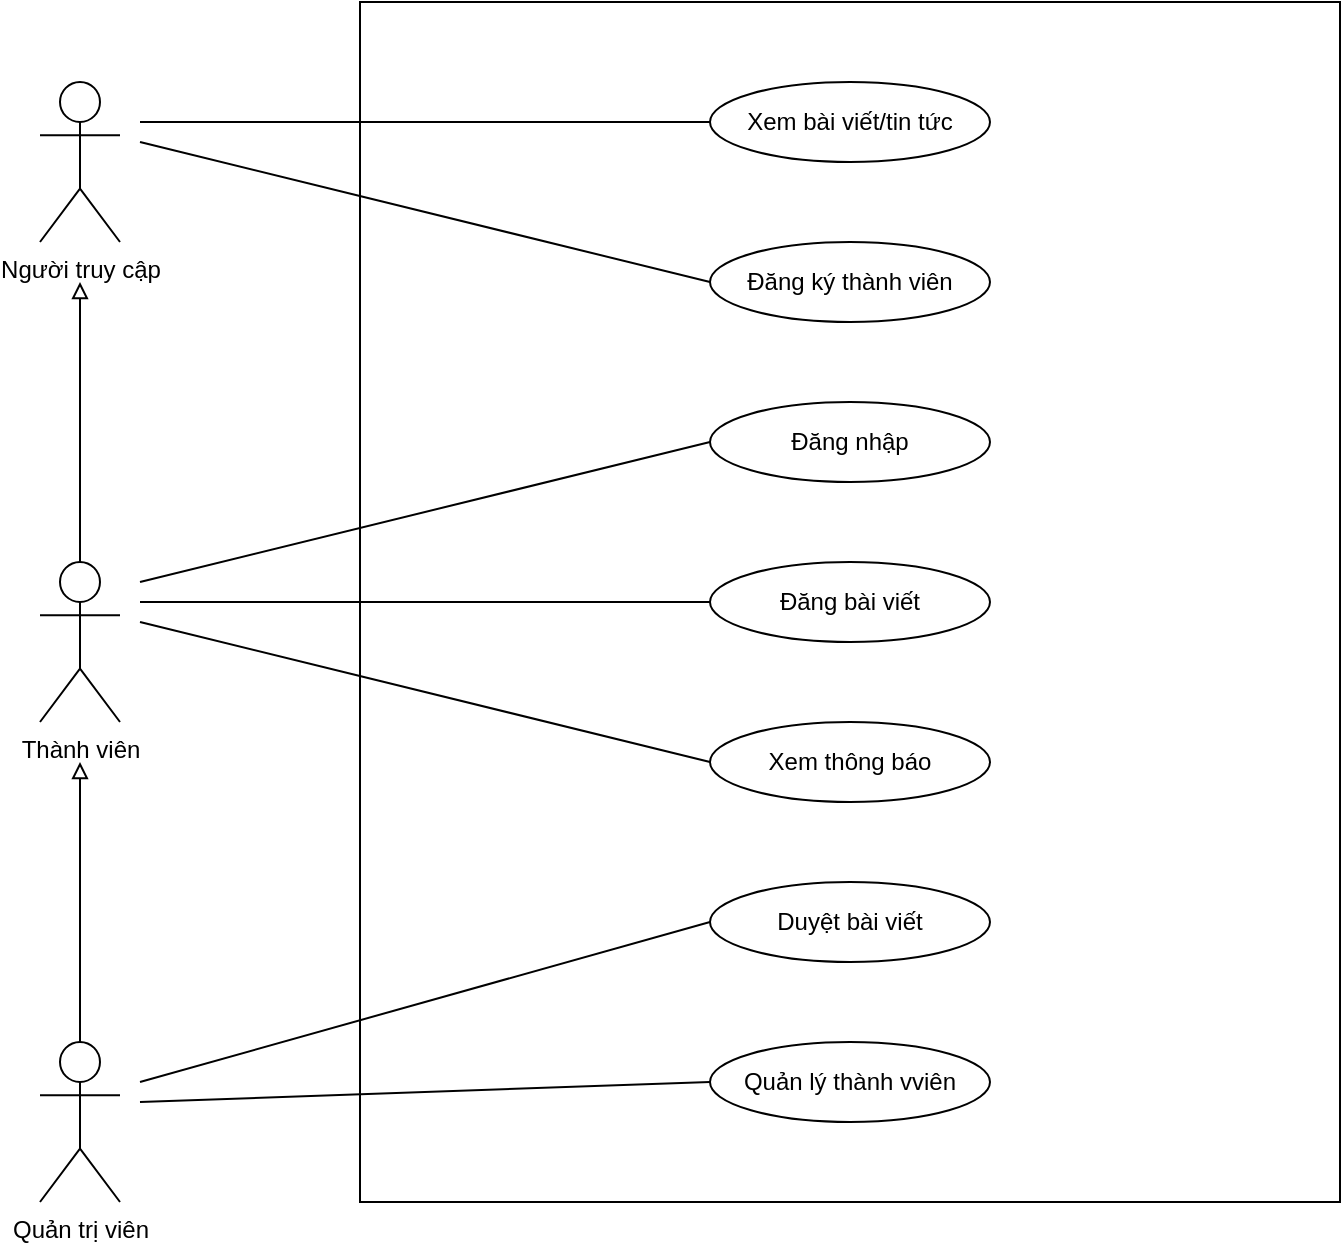
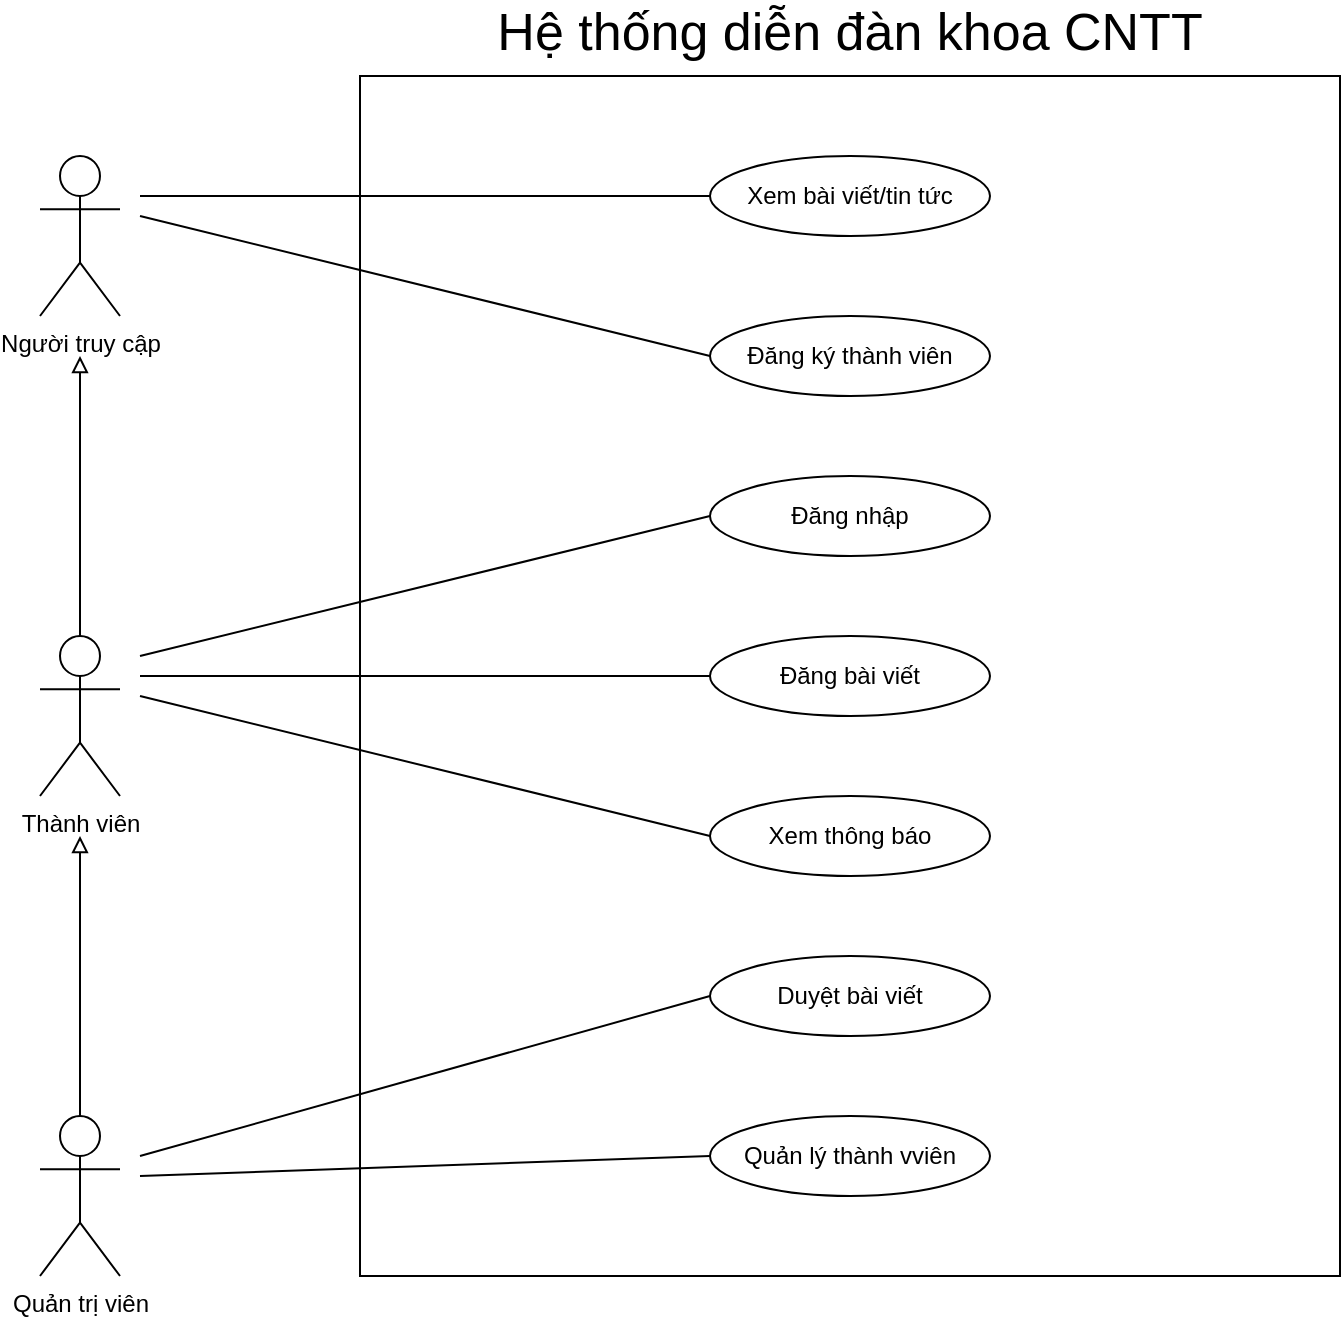
<mxfile host="app.diagrams.net" pages="3">
  <diagram name="UseCaseLevel1" id="R5SArAZ-sp13xk5E453y">
-     <mxGraphModel dx="1084" dy="627" grid="1" gridSize="10" guides="1" tooltips="1" connect="1" arrows="1" fold="1" page="1" pageScale="1" pageWidth="1169" pageHeight="1654" math="0" shadow="0">
+     <mxGraphModel dx="1373" dy="795" grid="1" gridSize="10" guides="1" tooltips="1" connect="1" arrows="1" fold="1" page="1" pageScale="1" pageWidth="1169" pageHeight="1654" math="0" shadow="0">
      <root>
        <mxCell id="0" />
        <mxCell id="1" parent="0" />
        <mxCell id="h2pIs2B6fA9uW1FB1x-K-3" parent="1" style="rounded=0;whiteSpace=wrap;html=1;" value="" vertex="1">
          <mxGeometry height="600" width="490" x="280" y="40" as="geometry" />
        </mxCell>
        <mxCell id="h2pIs2B6fA9uW1FB1x-K-4" parent="1" style="shape=umlActor;verticalLabelPosition=bottom;verticalAlign=top;html=1;" value="Người truy cập" vertex="1">
          <mxGeometry height="80" width="40" x="120" y="80" as="geometry" />
        </mxCell>
        <mxCell id="h2pIs2B6fA9uW1FB1x-K-9" edge="1" parent="1" source="h2pIs2B6fA9uW1FB1x-K-5" style="endArrow=block;endFill=0;">
          <mxGeometry relative="1" as="geometry">
            <mxPoint x="140" y="180" as="targetPoint" />
          </mxGeometry>
        </mxCell>
        <mxCell id="h2pIs2B6fA9uW1FB1x-K-5" parent="1" style="shape=umlActor;verticalLabelPosition=bottom;verticalAlign=top;html=1;" value="Thành viên" vertex="1">
          <mxGeometry height="80" width="40" x="120" y="320" as="geometry" />
        </mxCell>
        <mxCell id="h2pIs2B6fA9uW1FB1x-K-8" edge="1" parent="1" source="h2pIs2B6fA9uW1FB1x-K-6" style="endArrow=block;endFill=0;">
          <mxGeometry relative="1" as="geometry">
            <mxPoint x="140" y="550" as="sourcePoint" />
            <mxPoint x="140" y="420" as="targetPoint" />
          </mxGeometry>
        </mxCell>
        <mxCell id="h2pIs2B6fA9uW1FB1x-K-6" parent="1" style="shape=umlActor;verticalLabelPosition=bottom;verticalAlign=top;html=1;" value="Quản trị viên" vertex="1">
          <mxGeometry height="80" width="40" x="120" y="560" as="geometry" />
        </mxCell>
        <mxCell id="h2pIs2B6fA9uW1FB1x-K-10" parent="1" style="ellipse;whiteSpace=wrap;html=1;" value="Xem bài viết/tin tức" vertex="1">
          <mxGeometry height="40" width="140" x="455" y="80" as="geometry" />
        </mxCell>
        <mxCell id="h2pIs2B6fA9uW1FB1x-K-11" parent="1" style="ellipse;whiteSpace=wrap;html=1;" value="Đăng ký thành viên" vertex="1">
          <mxGeometry height="40" width="140" x="455" y="160" as="geometry" />
        </mxCell>
        <mxCell id="h2pIs2B6fA9uW1FB1x-K-12" parent="1" style="ellipse;whiteSpace=wrap;html=1;" value="Quản lý thành vviên" vertex="1">
          <mxGeometry height="40" width="140" x="455" y="560" as="geometry" />
        </mxCell>
        <mxCell id="h2pIs2B6fA9uW1FB1x-K-13" parent="1" style="ellipse;whiteSpace=wrap;html=1;" value="Duyệt bài viết" vertex="1">
          <mxGeometry height="40" width="140" x="455" y="480" as="geometry" />
        </mxCell>
        <mxCell id="h2pIs2B6fA9uW1FB1x-K-14" parent="1" style="ellipse;whiteSpace=wrap;html=1;" value="Xem thông báo" vertex="1">
          <mxGeometry height="40" width="140" x="455" y="400" as="geometry" />
        </mxCell>
        <mxCell id="h2pIs2B6fA9uW1FB1x-K-15" parent="1" style="ellipse;whiteSpace=wrap;html=1;" value="Đăng bài viết" vertex="1">
          <mxGeometry height="40" width="140" x="455" y="320" as="geometry" />
        </mxCell>
        <mxCell id="h2pIs2B6fA9uW1FB1x-K-16" parent="1" style="ellipse;whiteSpace=wrap;html=1;" value="Đăng nhập" vertex="1">
          <mxGeometry height="40" width="140" x="455" y="240" as="geometry" />
        </mxCell>
        <mxCell id="h2pIs2B6fA9uW1FB1x-K-17" edge="1" parent="1" style="endArrow=none;html=1;rounded=0;entryX=0;entryY=0.5;entryDx=0;entryDy=0;" target="h2pIs2B6fA9uW1FB1x-K-10" value="">
          <mxGeometry height="50" relative="1" width="50" as="geometry">
            <mxPoint x="170" y="100" as="sourcePoint" />
            <mxPoint x="220" y="50" as="targetPoint" />
          </mxGeometry>
        </mxCell>
        <mxCell id="h2pIs2B6fA9uW1FB1x-K-18" edge="1" parent="1" style="endArrow=none;html=1;rounded=0;entryX=0;entryY=0.5;entryDx=0;entryDy=0;" target="h2pIs2B6fA9uW1FB1x-K-11" value="">
          <mxGeometry height="50" relative="1" width="50" as="geometry">
            <mxPoint x="170" y="110" as="sourcePoint" />
            <mxPoint x="320" y="140" as="targetPoint" />
          </mxGeometry>
        </mxCell>
        <mxCell id="h2pIs2B6fA9uW1FB1x-K-19" edge="1" parent="1" style="endArrow=none;html=1;rounded=0;entryX=0;entryY=0.5;entryDx=0;entryDy=0;" target="h2pIs2B6fA9uW1FB1x-K-16" value="">
          <mxGeometry height="50" relative="1" width="50" as="geometry">
            <mxPoint x="170" y="330" as="sourcePoint" />
            <mxPoint x="220" y="280" as="targetPoint" />
          </mxGeometry>
        </mxCell>
        <mxCell id="h2pIs2B6fA9uW1FB1x-K-20" edge="1" parent="1" style="endArrow=none;html=1;rounded=0;entryX=0;entryY=0.5;entryDx=0;entryDy=0;" target="h2pIs2B6fA9uW1FB1x-K-15" value="">
          <mxGeometry height="50" relative="1" width="50" as="geometry">
            <mxPoint x="170" y="340" as="sourcePoint" />
            <mxPoint x="340" y="430" as="targetPoint" />
          </mxGeometry>
        </mxCell>
        <mxCell id="h2pIs2B6fA9uW1FB1x-K-21" edge="1" parent="1" style="endArrow=none;html=1;rounded=0;entryX=0;entryY=0.5;entryDx=0;entryDy=0;" target="h2pIs2B6fA9uW1FB1x-K-14" value="">
          <mxGeometry height="50" relative="1" width="50" as="geometry">
            <mxPoint x="170" y="350" as="sourcePoint" />
            <mxPoint x="340" y="430" as="targetPoint" />
          </mxGeometry>
        </mxCell>
        <mxCell id="h2pIs2B6fA9uW1FB1x-K-22" edge="1" parent="1" style="endArrow=none;html=1;rounded=0;entryX=0;entryY=0.5;entryDx=0;entryDy=0;" target="h2pIs2B6fA9uW1FB1x-K-13" value="">
          <mxGeometry height="50" relative="1" width="50" as="geometry">
            <mxPoint x="170" y="580" as="sourcePoint" />
            <mxPoint x="410" y="480" as="targetPoint" />
          </mxGeometry>
        </mxCell>
        <mxCell id="h2pIs2B6fA9uW1FB1x-K-23" edge="1" parent="1" style="endArrow=none;html=1;rounded=0;entryX=0;entryY=0.5;entryDx=0;entryDy=0;" target="h2pIs2B6fA9uW1FB1x-K-12" value="">
          <mxGeometry height="50" relative="1" width="50" as="geometry">
            <mxPoint x="170" y="590" as="sourcePoint" />
            <mxPoint x="390" y="450" as="targetPoint" />
          </mxGeometry>
        </mxCell>
+         <mxCell id="t7NCoOIi4NVwIi3Tr0Q6-1" parent="1" style="text;html=1;whiteSpace=wrap;strokeColor=none;fillColor=none;align=center;verticalAlign=middle;rounded=0;fontSize=26;" value="Hệ thống diễn đàn khoa CNTT" vertex="1">
+           <mxGeometry height="30" width="370" x="340" y="3" as="geometry" />
+         </mxCell>
      </root>
    </mxGraphModel>
  </diagram>
-   <diagram id="z6pwPU0jgT7hWzZQxbqI" name="UseCaseLevel2">
-     <mxGraphModel dx="2289" dy="1324" grid="1" gridSize="10" guides="1" tooltips="1" connect="1" arrows="1" fold="1" page="1" pageScale="1" pageWidth="827" pageHeight="1169" math="0" shadow="0">
+   <diagram id="z6pwPU0jgT7hWzZQxbqI" name="UseCaseLevel2-Quản Trị Viên">
+     <mxGraphModel dx="1084" dy="627" grid="1" gridSize="10" guides="1" tooltips="1" connect="1" arrows="1" fold="1" page="1" pageScale="1" pageWidth="827" pageHeight="1169" math="0" shadow="0">
      <root>
        <mxCell id="0" />
        <mxCell id="1" parent="0" />
        <mxCell id="YlyWRdP8ZzmcJ6fRbF-e-1" parent="1" style="rounded=0;whiteSpace=wrap;html=1;fillColor=none;fontSize=13;align=center;" value="&lt;div&gt;&lt;br&gt;&lt;/div&gt;" vertex="1">
-           <mxGeometry height="1560" width="920" x="390" y="200" as="geometry" />
+           <mxGeometry height="1560" width="920" x="389" y="200" as="geometry" />
        </mxCell>
        <mxCell id="YlyWRdP8ZzmcJ6fRbF-e-2" parent="1" style="shape=umlActor;verticalLabelPosition=bottom;verticalAlign=top;html=1;" value="Thành viên" vertex="1">
-           <mxGeometry height="60" width="30" x="280" y="420" as="geometry" />
+           <mxGeometry height="60" width="30" x="279" y="420" as="geometry" />
        </mxCell>
        <mxCell id="YlyWRdP8ZzmcJ6fRbF-e-3" parent="1" style="shape=umlActor;verticalLabelPosition=bottom;verticalAlign=top;html=1;" value="Quản trị viên&lt;div&gt;&lt;br&gt;&lt;/div&gt;" vertex="1">
-           <mxGeometry height="60" width="30" x="280" y="840" as="geometry" />
+           <mxGeometry height="60" width="30" x="279" y="840" as="geometry" />
        </mxCell>
        <mxCell id="YlyWRdP8ZzmcJ6fRbF-e-4" parent="1" style="shape=ellipse;html=1;dashed=0;whiteSpace=wrap;perimeter=ellipsePerimeter;rounded=0;strokeColor=default;align=center;verticalAlign=middle;fontFamily=Helvetica;fontSize=12;fontColor=default;fillColor=none;" value="&lt;div style=&quot;line-height: 150%;&quot;&gt;&lt;font style=&quot;font-size: 19px;&quot;&gt;Đăng nhập&lt;/font&gt;&lt;/div&gt;" vertex="1">
-           <mxGeometry height="90" width="140" x="800" y="630" as="geometry" />
+           <mxGeometry height="90" width="140" x="799" y="630" as="geometry" />
        </mxCell>
        <mxCell id="YlyWRdP8ZzmcJ6fRbF-e-5" parent="1" style="shape=ellipse;html=1;dashed=0;whiteSpace=wrap;perimeter=ellipsePerimeter;rounded=0;strokeColor=default;align=center;verticalAlign=middle;fontFamily=Helvetica;fontSize=12;fontColor=default;fillColor=none;" value="Đăng bài viết&amp;nbsp;" vertex="1">
-           <mxGeometry height="90" width="140" x="730" y="395" as="geometry" />
+           <mxGeometry height="90" width="140" x="729" y="395" as="geometry" />
        </mxCell>
        <mxCell id="YlyWRdP8ZzmcJ6fRbF-e-6" parent="1" style="shape=ellipse;html=1;dashed=0;whiteSpace=wrap;perimeter=ellipsePerimeter;rounded=0;strokeColor=default;align=center;verticalAlign=middle;fontFamily=Helvetica;fontSize=12;fontColor=default;fillColor=none;" value="Soạn bài viết&amp;nbsp;" vertex="1">
-           <mxGeometry height="90" width="140" x="1120" y="395" as="geometry" />
+           <mxGeometry height="90" width="140" x="1119" y="395" as="geometry" />
        </mxCell>
        <mxCell id="YlyWRdP8ZzmcJ6fRbF-e-7" parent="1" style="shape=ellipse;html=1;dashed=0;whiteSpace=wrap;perimeter=ellipsePerimeter;rounded=0;strokeColor=default;align=center;verticalAlign=middle;fontFamily=Helvetica;fontSize=12;fontColor=default;fillColor=none;" value="Gửi bài viết" vertex="1">
-           <mxGeometry height="90" width="140" x="1120" y="515" as="geometry" />
+           <mxGeometry height="90" width="140" x="1119" y="515" as="geometry" />
        </mxCell>
        <mxCell id="YlyWRdP8ZzmcJ6fRbF-e-8" parent="1" style="shape=ellipse;html=1;dashed=0;whiteSpace=wrap;perimeter=ellipsePerimeter;rounded=0;strokeColor=default;align=center;verticalAlign=middle;fontFamily=Helvetica;fontSize=12;fontColor=default;fillColor=none;" value="Đăng chủ đề mới&amp;nbsp;" vertex="1">
-           <mxGeometry height="90" width="140" x="960" y="270" as="geometry" />
+           <mxGeometry height="90" width="140" x="959" y="270" as="geometry" />
        </mxCell>
        <mxCell id="YlyWRdP8ZzmcJ6fRbF-e-9" parent="1" style="shape=ellipse;html=1;dashed=0;whiteSpace=wrap;perimeter=ellipsePerimeter;rounded=0;strokeColor=default;align=center;verticalAlign=middle;fontFamily=Helvetica;fontSize=12;fontColor=default;fillColor=none;" value="Gửi ý kiến /bình luận" vertex="1">
-           <mxGeometry height="90" width="140" x="560" y="260" as="geometry" />
+           <mxGeometry height="90" width="140" x="559" y="260" as="geometry" />
        </mxCell>
        <mxCell id="YlyWRdP8ZzmcJ6fRbF-e-10" parent="1" style="shape=ellipse;html=1;dashed=0;whiteSpace=wrap;perimeter=ellipsePerimeter;rounded=0;strokeColor=default;align=center;verticalAlign=middle;fontFamily=Helvetica;fontSize=12;fontColor=default;fillColor=none;" value="Đăng tin tức" vertex="1">
-           <mxGeometry height="80" width="140" x="750" y="250" as="geometry" />
+           <mxGeometry height="80" width="140" x="749" y="250" as="geometry" />
        </mxCell>
        <mxCell id="YlyWRdP8ZzmcJ6fRbF-e-11" parent="1" style="shape=ellipse;html=1;dashed=0;whiteSpace=wrap;perimeter=ellipsePerimeter;rounded=0;strokeColor=default;align=center;verticalAlign=middle;fontFamily=Helvetica;fontSize=12;fontColor=default;fillColor=none;" value="xem thông báo duyệt bài" vertex="1">
-           <mxGeometry height="90" width="140" x="560" y="495" as="geometry" />
+           <mxGeometry height="90" width="140" x="559" y="495" as="geometry" />
        </mxCell>
        <mxCell id="YlyWRdP8ZzmcJ6fRbF-e-12" edge="1" parent="1" source="YlyWRdP8ZzmcJ6fRbF-e-5" style="endArrow=none;html=1;rounded=0;exitX=0;exitY=0.5;exitDx=0;exitDy=0;entryX=1;entryY=0.3333333333333333;entryDx=0;entryDy=0;entryPerimeter=0;" target="YlyWRdP8ZzmcJ6fRbF-e-2" value="">
          <mxGeometry height="50" relative="1" width="50" as="geometry">
-             <mxPoint x="800" y="190" as="sourcePoint" />
-             <mxPoint x="649.9999999999995" y="410" as="targetPoint" />
+             <mxPoint x="799" y="190" as="sourcePoint" />
+             <mxPoint x="648.9999999999995" y="410" as="targetPoint" />
          </mxGeometry>
        </mxCell>
        <mxCell id="YlyWRdP8ZzmcJ6fRbF-e-13" edge="1" parent="1" source="YlyWRdP8ZzmcJ6fRbF-e-11" style="endArrow=none;html=1;rounded=0;exitX=0;exitY=0.5;exitDx=0;exitDy=0;entryX=1;entryY=0.3333333333333333;entryDx=0;entryDy=0;entryPerimeter=0;" target="YlyWRdP8ZzmcJ6fRbF-e-2" value="">
          <mxGeometry height="50" relative="1" width="50" as="geometry">
-             <mxPoint x="1230.0000000000005" y="170" as="sourcePoint" />
-             <mxPoint x="650" y="410" as="targetPoint" />
+             <mxPoint x="1229.0000000000005" y="170" as="sourcePoint" />
+             <mxPoint x="649" y="410" as="targetPoint" />
          </mxGeometry>
        </mxCell>
        <mxCell id="YlyWRdP8ZzmcJ6fRbF-e-14" edge="1" parent="1" source="YlyWRdP8ZzmcJ6fRbF-e-8" style="edgeStyle=none;html=1;endSize=12;endArrow=block;endFill=0;rounded=0;exitX=0.5;exitY=1;exitDx=0;exitDy=0;entryX=0.5;entryY=0;entryDx=0;entryDy=0;" target="YlyWRdP8ZzmcJ6fRbF-e-5" value="">
          <mxGeometry relative="1" width="160" as="geometry">
-             <mxPoint x="880" y="540" as="sourcePoint" />
-             <mxPoint x="1040" y="540" as="targetPoint" />
+             <mxPoint x="879" y="540" as="sourcePoint" />
+             <mxPoint x="1039" y="540" as="targetPoint" />
          </mxGeometry>
        </mxCell>
        <mxCell id="YlyWRdP8ZzmcJ6fRbF-e-15" edge="1" parent="1" source="YlyWRdP8ZzmcJ6fRbF-e-10" style="edgeStyle=none;html=1;endSize=12;endArrow=block;endFill=0;rounded=0;exitX=0.5;exitY=1;exitDx=0;exitDy=0;entryX=0.5;entryY=0;entryDx=0;entryDy=0;" target="YlyWRdP8ZzmcJ6fRbF-e-5" value="">
          <mxGeometry relative="1" width="160" as="geometry">
-             <mxPoint x="880" y="540" as="sourcePoint" />
-             <mxPoint x="870" y="250" as="targetPoint" />
+             <mxPoint x="879" y="540" as="sourcePoint" />
+             <mxPoint x="869" y="250" as="targetPoint" />
          </mxGeometry>
        </mxCell>
        <mxCell id="YlyWRdP8ZzmcJ6fRbF-e-16" edge="1" parent="1" source="YlyWRdP8ZzmcJ6fRbF-e-9" style="edgeStyle=none;html=1;endSize=12;endArrow=block;endFill=0;rounded=0;exitX=0.5;exitY=1;exitDx=0;exitDy=0;entryX=0.5;entryY=0;entryDx=0;entryDy=0;" target="YlyWRdP8ZzmcJ6fRbF-e-5" value="">
          <mxGeometry relative="1" width="160" as="geometry">
-             <mxPoint x="1330" y="770" as="sourcePoint" />
-             <mxPoint x="1110" y="430" as="targetPoint" />
+             <mxPoint x="1329" y="770" as="sourcePoint" />
+             <mxPoint x="1109" y="430" as="targetPoint" />
          </mxGeometry>
        </mxCell>
        <mxCell id="YlyWRdP8ZzmcJ6fRbF-e-17" parent="1" style="shape=ellipse;html=1;dashed=0;whiteSpace=wrap;perimeter=ellipsePerimeter;rounded=0;strokeColor=default;align=center;verticalAlign=middle;fontFamily=Helvetica;fontSize=12;fontColor=default;fillColor=none;" value="Duyệt bài viết" vertex="1">
-           <mxGeometry height="90" width="140" x="810" y="810" as="geometry" />
+           <mxGeometry height="90" width="140" x="809" y="810" as="geometry" />
        </mxCell>
        <mxCell id="YlyWRdP8ZzmcJ6fRbF-e-18" edge="1" parent="1" source="YlyWRdP8ZzmcJ6fRbF-e-17" style="endArrow=none;html=1;rounded=0;exitX=0;exitY=0.5;exitDx=0;exitDy=0;entryX=1;entryY=0.3333333333333333;entryDx=0;entryDy=0;entryPerimeter=0;" target="YlyWRdP8ZzmcJ6fRbF-e-3" value="">
          <mxGeometry height="50" relative="1" width="50" as="geometry">
-             <mxPoint x="770" y="1000" as="sourcePoint" />
-             <mxPoint x="500" y="790" as="targetPoint" />
+             <mxPoint x="769" y="1000" as="sourcePoint" />
+             <mxPoint x="499" y="790" as="targetPoint" />
          </mxGeometry>
        </mxCell>
        <mxCell id="YlyWRdP8ZzmcJ6fRbF-e-19" parent="1" style="ellipse;whiteSpace=wrap;html=1;" value="Xem bài viết chờ duyệt" vertex="1">
-           <mxGeometry height="80" width="120" x="1130" y="815" as="geometry" />
+           <mxGeometry height="80" width="120" x="1129" y="815" as="geometry" />
        </mxCell>
        <mxCell id="YlyWRdP8ZzmcJ6fRbF-e-20" parent="1" style="shape=ellipse;html=1;dashed=0;whiteSpace=wrap;perimeter=ellipsePerimeter;rounded=0;strokeColor=default;align=center;verticalAlign=middle;fontFamily=Helvetica;fontSize=12;fontColor=default;fillColor=none;" value="Chấp nhận bài viết&amp;nbsp;" vertex="1">
-           <mxGeometry height="90" width="140" x="710" y="980" as="geometry" />
+           <mxGeometry height="90" width="140" x="709" y="980" as="geometry" />
        </mxCell>
        <mxCell id="YlyWRdP8ZzmcJ6fRbF-e-21" edge="1" parent="1" source="YlyWRdP8ZzmcJ6fRbF-e-17" style="endArrow=open;endSize=12;dashed=1;html=1;rounded=0;exitX=1;exitY=0.5;exitDx=0;exitDy=0;entryX=0;entryY=0.5;entryDx=0;entryDy=0;fontSize=20;" target="YlyWRdP8ZzmcJ6fRbF-e-19" value="&amp;lt;&amp;lt;include&amp;gt;&amp;gt;">
          <mxGeometry relative="1" width="160" x="0.0004" as="geometry">
            <mxPoint as="offset" />
            <Array as="points" />
-             <mxPoint x="740.0000000000041" y="870" as="sourcePoint" />
-             <mxPoint x="1130" y="905" as="targetPoint" />
+             <mxPoint x="739.0000000000041" y="870" as="sourcePoint" />
+             <mxPoint x="1129" y="905" as="targetPoint" />
          </mxGeometry>
        </mxCell>
        <mxCell id="YlyWRdP8ZzmcJ6fRbF-e-22" edge="1" parent="1" source="YlyWRdP8ZzmcJ6fRbF-e-17" style="endArrow=open;endSize=12;dashed=1;html=1;rounded=0;exitX=0.5;exitY=0;exitDx=0;exitDy=0;fontSize=20;entryX=0.5;entryY=1;entryDx=0;entryDy=0;" target="YlyWRdP8ZzmcJ6fRbF-e-4" value="&amp;lt;&amp;lt;include&amp;gt;&amp;gt;">
          <mxGeometry relative="1" width="160" x="0.0004" as="geometry">
            <mxPoint as="offset" />
            <Array as="points" />
-             <mxPoint x="950" y="800" as="sourcePoint" />
-             <mxPoint x="1339.999999999996" y="835" as="targetPoint" />
+             <mxPoint x="949" y="800" as="sourcePoint" />
+             <mxPoint x="1338.999999999996" y="835" as="targetPoint" />
          </mxGeometry>
        </mxCell>
        <mxCell id="YlyWRdP8ZzmcJ6fRbF-e-23" edge="1" parent="1" source="YlyWRdP8ZzmcJ6fRbF-e-5" style="endArrow=open;endSize=12;dashed=1;html=1;rounded=0;exitX=1;exitY=0.5;exitDx=0;exitDy=0;entryX=0.5;entryY=0;entryDx=0;entryDy=0;fontSize=20;" target="YlyWRdP8ZzmcJ6fRbF-e-4" value="&amp;lt;&amp;lt;include&amp;gt;&amp;gt;">
          <mxGeometry relative="1" width="160" x="0.0299" y="-5" as="geometry">
            <mxPoint y="-1" as="offset" />
            <Array as="points" />
-             <mxPoint x="830" y="810" as="sourcePoint" />
-             <mxPoint x="1210" y="660" as="targetPoint" />
+             <mxPoint x="829" y="810" as="sourcePoint" />
+             <mxPoint x="1209" y="660" as="targetPoint" />
          </mxGeometry>
        </mxCell>
        <mxCell id="YlyWRdP8ZzmcJ6fRbF-e-24" edge="1" parent="1" source="YlyWRdP8ZzmcJ6fRbF-e-5" style="endArrow=open;endSize=12;dashed=1;html=1;rounded=0;exitX=1;exitY=0.5;exitDx=0;exitDy=0;entryX=0;entryY=0.5;entryDx=0;entryDy=0;fontSize=20;" target="YlyWRdP8ZzmcJ6fRbF-e-7" value="&amp;lt;&amp;lt;include&amp;gt;&amp;gt;">
          <mxGeometry relative="1" width="160" x="0.0004" as="geometry">
            <mxPoint as="offset" />
            <Array as="points" />
-             <mxPoint x="1000" y="710" as="sourcePoint" />
-             <mxPoint x="1380" y="560" as="targetPoint" />
+             <mxPoint x="999" y="710" as="sourcePoint" />
+             <mxPoint x="1379" y="560" as="targetPoint" />
          </mxGeometry>
        </mxCell>
        <mxCell id="YlyWRdP8ZzmcJ6fRbF-e-25" edge="1" parent="1" source="YlyWRdP8ZzmcJ6fRbF-e-5" style="endArrow=open;endSize=12;dashed=1;html=1;rounded=0;exitX=1;exitY=0.5;exitDx=0;exitDy=0;entryX=0;entryY=0.5;entryDx=0;entryDy=0;fontSize=20;" target="YlyWRdP8ZzmcJ6fRbF-e-6" value="&amp;lt;&amp;lt;include&amp;gt;&amp;gt;">
          <mxGeometry relative="1" width="160" x="0.0004" as="geometry">
            <mxPoint as="offset" />
            <Array as="points" />
-             <mxPoint x="910" y="680" as="sourcePoint" />
-             <mxPoint x="1290" y="530" as="targetPoint" />
+             <mxPoint x="909" y="680" as="sourcePoint" />
+             <mxPoint x="1289" y="530" as="targetPoint" />
          </mxGeometry>
        </mxCell>
        <mxCell id="YlyWRdP8ZzmcJ6fRbF-e-26" edge="1" parent="1" source="YlyWRdP8ZzmcJ6fRbF-e-20" style="endArrow=open;endSize=12;dashed=1;html=1;rounded=0;entryX=0.5;entryY=1;entryDx=0;entryDy=0;fontSize=20;exitX=0.5;exitY=0;exitDx=0;exitDy=0;" target="YlyWRdP8ZzmcJ6fRbF-e-17" value="&amp;lt;&amp;lt;extend&amp;gt;&amp;gt;">
          <mxGeometry relative="1" width="160" x="0.0004" as="geometry">
            <mxPoint as="offset" />
            <Array as="points" />
-             <mxPoint x="670" y="900" as="sourcePoint" />
-             <mxPoint x="1150" y="1010" as="targetPoint" />
+             <mxPoint x="669" y="900" as="sourcePoint" />
+             <mxPoint x="1149" y="1010" as="targetPoint" />
          </mxGeometry>
        </mxCell>
        <mxCell id="YlyWRdP8ZzmcJ6fRbF-e-27" edge="1" parent="1" source="YlyWRdP8ZzmcJ6fRbF-e-28" style="endArrow=open;endSize=12;dashed=1;html=1;rounded=0;fontSize=20;exitX=0.5;exitY=0;exitDx=0;exitDy=0;entryX=0.5;entryY=1;entryDx=0;entryDy=0;" target="YlyWRdP8ZzmcJ6fRbF-e-17" value="&amp;lt;&amp;lt;extend&amp;gt;&amp;gt;">
          <mxGeometry relative="1" width="160" x="0.0004" as="geometry">
            <mxPoint as="offset" />
            <Array as="points" />
-             <mxPoint x="850" y="1240" as="sourcePoint" />
-             <mxPoint x="910" y="1080" as="targetPoint" />
+             <mxPoint x="849" y="1240" as="sourcePoint" />
+             <mxPoint x="909" y="1080" as="targetPoint" />
          </mxGeometry>
        </mxCell>
        <mxCell id="YlyWRdP8ZzmcJ6fRbF-e-28" parent="1" style="shape=ellipse;html=1;dashed=0;whiteSpace=wrap;perimeter=ellipsePerimeter;rounded=0;strokeColor=default;align=center;verticalAlign=middle;fontFamily=Helvetica;fontSize=12;fontColor=default;fillColor=none;" value="Từ chối bài viết&amp;nbsp;" vertex="1">
-           <mxGeometry height="90" width="140" x="924" y="990" as="geometry" />
+           <mxGeometry height="90" width="140" x="923" y="990" as="geometry" />
        </mxCell>
        <mxCell id="YlyWRdP8ZzmcJ6fRbF-e-29" parent="1" style="shape=ellipse;html=1;dashed=0;whiteSpace=wrap;perimeter=ellipsePerimeter;rounded=0;strokeColor=default;align=center;verticalAlign=middle;fontFamily=Helvetica;fontSize=12;fontColor=default;fillColor=none;" value="Cập nhật trạng thái bài viết&amp;nbsp;" vertex="1">
-           <mxGeometry height="90" width="140" x="800" y="1160" as="geometry" />
+           <mxGeometry height="90" width="140" x="799" y="1160" as="geometry" />
        </mxCell>
        <mxCell id="YlyWRdP8ZzmcJ6fRbF-e-30" parent="1" style="shape=ellipse;html=1;dashed=0;whiteSpace=wrap;perimeter=ellipsePerimeter;rounded=0;strokeColor=default;align=center;verticalAlign=middle;fontFamily=Helvetica;fontSize=12;fontColor=default;fillColor=none;" value="Ghi lý do từ chối&amp;nbsp;" vertex="1">
-           <mxGeometry height="90" width="140" x="1000" y="1160" as="geometry" />
+           <mxGeometry height="90" width="140" x="999" y="1160" as="geometry" />
        </mxCell>
        <mxCell id="YlyWRdP8ZzmcJ6fRbF-e-31" edge="1" parent="1" source="YlyWRdP8ZzmcJ6fRbF-e-28" style="endArrow=open;endSize=12;dashed=1;html=1;rounded=0;exitX=0.5;exitY=1;exitDx=0;exitDy=0;entryX=0.5;entryY=0;entryDx=0;entryDy=0;fontSize=20;" target="YlyWRdP8ZzmcJ6fRbF-e-30" value="&amp;lt;&amp;lt;include&amp;gt;&amp;gt;">
          <mxGeometry relative="1" width="160" x="0.0004" as="geometry">
            <mxPoint as="offset" />
            <Array as="points" />
-             <mxPoint x="880" y="1190" as="sourcePoint" />
-             <mxPoint x="1280" y="1270" as="targetPoint" />
+             <mxPoint x="879" y="1190" as="sourcePoint" />
+             <mxPoint x="1279" y="1270" as="targetPoint" />
          </mxGeometry>
        </mxCell>
        <mxCell id="YlyWRdP8ZzmcJ6fRbF-e-32" edge="1" parent="1" source="YlyWRdP8ZzmcJ6fRbF-e-28" style="endArrow=open;endSize=12;dashed=1;html=1;rounded=0;exitX=0.5;exitY=1;exitDx=0;exitDy=0;entryX=0.5;entryY=0;entryDx=0;entryDy=0;fontSize=20;" target="YlyWRdP8ZzmcJ6fRbF-e-29" value="&amp;lt;&amp;lt;include&amp;gt;&amp;gt;">
          <mxGeometry relative="1" width="160" x="0.0004" as="geometry">
            <mxPoint as="offset" />
            <Array as="points" />
-             <mxPoint x="990" y="1230" as="sourcePoint" />
-             <mxPoint x="1390" y="1310" as="targetPoint" />
+             <mxPoint x="989" y="1230" as="sourcePoint" />
+             <mxPoint x="1389" y="1310" as="targetPoint" />
          </mxGeometry>
        </mxCell>
        <mxCell id="YlyWRdP8ZzmcJ6fRbF-e-33" edge="1" parent="1" source="YlyWRdP8ZzmcJ6fRbF-e-20" style="endArrow=open;endSize=12;dashed=1;html=1;rounded=0;exitX=0.5;exitY=1;exitDx=0;exitDy=0;entryX=0.5;entryY=0;entryDx=0;entryDy=0;fontSize=20;" target="YlyWRdP8ZzmcJ6fRbF-e-29" value="&amp;lt;&amp;lt;include&amp;gt;&amp;gt;">
          <mxGeometry relative="1" width="160" x="0.0004" as="geometry">
            <mxPoint as="offset" />
            <Array as="points" />
-             <mxPoint x="650" y="1200" as="sourcePoint" />
-             <mxPoint x="600" y="1250" as="targetPoint" />
+             <mxPoint x="649" y="1200" as="sourcePoint" />
+             <mxPoint x="599" y="1250" as="targetPoint" />
          </mxGeometry>
        </mxCell>
        <mxCell id="YlyWRdP8ZzmcJ6fRbF-e-34" parent="1" style="shape=ellipse;html=1;dashed=0;whiteSpace=wrap;perimeter=ellipsePerimeter;rounded=0;strokeColor=default;align=center;verticalAlign=middle;fontFamily=Helvetica;fontSize=12;fontColor=default;fillColor=none;" value="Quản lý thành viên&amp;nbsp;" vertex="1">
-           <mxGeometry height="90" width="140" x="560" y="1240" as="geometry" />
+           <mxGeometry height="90" width="140" x="559" y="1240" as="geometry" />
        </mxCell>
        <mxCell id="YlyWRdP8ZzmcJ6fRbF-e-35" edge="1" parent="1" source="YlyWRdP8ZzmcJ6fRbF-e-34" style="endArrow=none;html=1;rounded=0;exitX=0;exitY=0.5;exitDx=0;exitDy=0;entryX=1;entryY=0.3333333333333333;entryDx=0;entryDy=0;entryPerimeter=0;" target="YlyWRdP8ZzmcJ6fRbF-e-3" value="">
          <mxGeometry height="50" relative="1" width="50" as="geometry">
-             <mxPoint x="880" y="1170" as="sourcePoint" />
-             <mxPoint x="470" y="1573" as="targetPoint" />
+             <mxPoint x="879" y="1170" as="sourcePoint" />
+             <mxPoint x="469" y="1573" as="targetPoint" />
          </mxGeometry>
        </mxCell>
        <mxCell id="YlyWRdP8ZzmcJ6fRbF-e-36" edge="1" parent="1" source="YlyWRdP8ZzmcJ6fRbF-e-34" style="endArrow=open;endSize=12;dashed=1;html=1;rounded=0;exitX=0.5;exitY=0;exitDx=0;exitDy=0;fontSize=20;entryX=0;entryY=0.5;entryDx=0;entryDy=0;" target="YlyWRdP8ZzmcJ6fRbF-e-4" value="&amp;lt;&amp;lt;include&amp;gt;&amp;gt;">
          <mxGeometry relative="1" width="160" x="-0.3244" as="geometry">
            <mxPoint y="-1" as="offset" />
            <Array as="points">
-               <mxPoint x="630" y="670" />
+               <mxPoint x="629" y="670" />
            </Array>
-             <mxPoint x="860" y="1400" as="sourcePoint" />
-             <mxPoint x="930" y="1500" as="targetPoint" />
+             <mxPoint x="859" y="1400" as="sourcePoint" />
+             <mxPoint x="929" y="1500" as="targetPoint" />
          </mxGeometry>
        </mxCell>
        <mxCell id="YlyWRdP8ZzmcJ6fRbF-e-37" parent="1" style="shape=ellipse;html=1;dashed=0;whiteSpace=wrap;perimeter=ellipsePerimeter;rounded=0;strokeColor=default;align=center;verticalAlign=middle;fontFamily=Helvetica;fontSize=12;fontColor=default;fillColor=none;" value="Xét&amp;nbsp; đăng kí thành viên&amp;nbsp;" vertex="1">
-           <mxGeometry height="90" width="140" x="560" y="1440" as="geometry" />
+           <mxGeometry height="90" width="140" x="559" y="1440" as="geometry" />
        </mxCell>
        <mxCell id="YlyWRdP8ZzmcJ6fRbF-e-38" parent="1" style="shape=ellipse;html=1;dashed=0;whiteSpace=wrap;perimeter=ellipsePerimeter;rounded=0;strokeColor=default;align=center;verticalAlign=middle;fontFamily=Helvetica;fontSize=12;fontColor=default;fillColor=none;" value="Xóa thành viên&amp;nbsp;" vertex="1">
-           <mxGeometry height="90" width="140" x="740" y="1400" as="geometry" />
+           <mxGeometry height="90" width="140" x="739" y="1400" as="geometry" />
        </mxCell>
        <mxCell id="YlyWRdP8ZzmcJ6fRbF-e-39" parent="1" style="shape=ellipse;html=1;dashed=0;whiteSpace=wrap;perimeter=ellipsePerimeter;rounded=0;strokeColor=default;align=center;verticalAlign=middle;fontFamily=Helvetica;fontSize=12;fontColor=default;fillColor=none;" value="Cập nhật thông tin thành viên&amp;nbsp;" vertex="1">
-           <mxGeometry height="90" width="140" x="930" y="1330" as="geometry" />
+           <mxGeometry height="90" width="140" x="929" y="1330" as="geometry" />
        </mxCell>
        <mxCell id="YlyWRdP8ZzmcJ6fRbF-e-40" parent="1" style="shape=ellipse;html=1;dashed=0;whiteSpace=wrap;perimeter=ellipsePerimeter;rounded=0;strokeColor=default;align=center;verticalAlign=middle;fontFamily=Helvetica;fontSize=12;fontColor=default;fillColor=none;" value="Chấp nhận thành viên&amp;nbsp;" vertex="1">
-           <mxGeometry height="90" width="140" x="440" y="1630" as="geometry" />
+           <mxGeometry height="90" width="140" x="439" y="1630" as="geometry" />
        </mxCell>
        <mxCell id="YlyWRdP8ZzmcJ6fRbF-e-41" parent="1" style="shape=ellipse;html=1;dashed=0;whiteSpace=wrap;perimeter=ellipsePerimeter;rounded=0;strokeColor=default;align=center;verticalAlign=middle;fontFamily=Helvetica;fontSize=12;fontColor=default;fillColor=none;" value="Từ chối thành viên&amp;nbsp;" vertex="1">
-           <mxGeometry height="90" width="140" x="680" y="1630" as="geometry" />
+           <mxGeometry height="90" width="140" x="679" y="1630" as="geometry" />
        </mxCell>
        <mxCell id="YlyWRdP8ZzmcJ6fRbF-e-42" edge="1" parent="1" source="YlyWRdP8ZzmcJ6fRbF-e-37" style="endArrow=open;endSize=12;dashed=1;html=1;rounded=0;entryX=0.5;entryY=1;entryDx=0;entryDy=0;fontSize=20;exitX=0.5;exitY=0;exitDx=0;exitDy=0;" target="YlyWRdP8ZzmcJ6fRbF-e-34" value="&amp;lt;&amp;lt;extend&amp;gt;&amp;gt;">
          <mxGeometry relative="1" width="160" x="0.0004" as="geometry">
            <mxPoint as="offset" />
            <Array as="points" />
-             <mxPoint x="740" y="1490" as="sourcePoint" />
-             <mxPoint x="830" y="1380" as="targetPoint" />
+             <mxPoint x="739" y="1490" as="sourcePoint" />
+             <mxPoint x="829" y="1380" as="targetPoint" />
          </mxGeometry>
        </mxCell>
        <mxCell id="YlyWRdP8ZzmcJ6fRbF-e-43" edge="1" parent="1" source="YlyWRdP8ZzmcJ6fRbF-e-38" style="endArrow=open;endSize=12;dashed=1;html=1;rounded=0;entryX=1;entryY=1;entryDx=0;entryDy=0;fontSize=20;exitX=0.5;exitY=0;exitDx=0;exitDy=0;" target="YlyWRdP8ZzmcJ6fRbF-e-34" value="&amp;lt;&amp;lt;extend&amp;gt;&amp;gt;">
          <mxGeometry relative="1" width="160" x="0.0004" as="geometry">
            <mxPoint as="offset" />
            <Array as="points" />
-             <mxPoint x="780" y="1520" as="sourcePoint" />
-             <mxPoint x="870" y="1410" as="targetPoint" />
+             <mxPoint x="779" y="1520" as="sourcePoint" />
+             <mxPoint x="869" y="1410" as="targetPoint" />
          </mxGeometry>
        </mxCell>
        <mxCell id="YlyWRdP8ZzmcJ6fRbF-e-44" edge="1" parent="1" source="YlyWRdP8ZzmcJ6fRbF-e-39" style="endArrow=open;endSize=12;dashed=1;html=1;rounded=0;entryX=1;entryY=0.5;entryDx=0;entryDy=0;fontSize=20;exitX=0.5;exitY=0;exitDx=0;exitDy=0;" target="YlyWRdP8ZzmcJ6fRbF-e-34" value="&amp;lt;&amp;lt;extend&amp;gt;&amp;gt;">
          <mxGeometry relative="1" width="160" x="0.0004" as="geometry">
            <mxPoint as="offset" />
            <Array as="points" />
-             <mxPoint x="930" y="1490" as="sourcePoint" />
-             <mxPoint x="1020" y="1380" as="targetPoint" />
+             <mxPoint x="929" y="1490" as="sourcePoint" />
+             <mxPoint x="1019" y="1380" as="targetPoint" />
          </mxGeometry>
        </mxCell>
        <mxCell id="YlyWRdP8ZzmcJ6fRbF-e-45" edge="1" parent="1" source="YlyWRdP8ZzmcJ6fRbF-e-40" style="endArrow=open;endSize=12;dashed=1;html=1;rounded=0;entryX=0.5;entryY=1;entryDx=0;entryDy=0;fontSize=20;exitX=0.5;exitY=0;exitDx=0;exitDy=0;" target="YlyWRdP8ZzmcJ6fRbF-e-37" value="&amp;lt;&amp;lt;extend&amp;gt;&amp;gt;">
          <mxGeometry relative="1" width="160" x="0.0004" as="geometry">
            <mxPoint as="offset" />
            <Array as="points" />
-             <mxPoint x="680" y="1670" as="sourcePoint" />
-             <mxPoint x="770" y="1560" as="targetPoint" />
+             <mxPoint x="679" y="1670" as="sourcePoint" />
+             <mxPoint x="769" y="1560" as="targetPoint" />
          </mxGeometry>
        </mxCell>
        <mxCell id="YlyWRdP8ZzmcJ6fRbF-e-46" edge="1" parent="1" source="YlyWRdP8ZzmcJ6fRbF-e-41" style="endArrow=open;endSize=12;dashed=1;html=1;rounded=0;entryX=0.5;entryY=1;entryDx=0;entryDy=0;fontSize=20;exitX=0.5;exitY=0;exitDx=0;exitDy=0;" target="YlyWRdP8ZzmcJ6fRbF-e-37" value="&amp;lt;&amp;lt;extend&amp;gt;&amp;gt;">
          <mxGeometry relative="1" width="160" x="0.0004" as="geometry">
            <mxPoint as="offset" />
            <Array as="points" />
-             <mxPoint x="860" y="1660" as="sourcePoint" />
-             <mxPoint x="950" y="1550" as="targetPoint" />
-           </mxGeometry>
+             <mxPoint x="859" y="1660" as="sourcePoint" />
+             <mxPoint x="949" y="1550" as="targetPoint" />
+           </mxGeometry>
+         </mxCell>
+         <mxCell id="m6yIXkGRkEVD5RKkkEFD-1" parent="1" style="text;html=1;whiteSpace=wrap;strokeColor=none;fillColor=none;align=center;verticalAlign=middle;rounded=0;fontSize=26;" value="Hệ thống diễn đàn - Quản trị viên" vertex="1">
+           <mxGeometry height="30" width="481" x="608.5" y="160" as="geometry" />
        </mxCell>
      </root>
    </mxGraphModel>
  </diagram>
  <diagram id="GyQeJO6hl7p-9kbhmS7M" name="UseCaseLevel2-Thành viên">
    <mxGraphModel dx="1212" dy="1801" grid="1" gridSize="10" guides="1" tooltips="1" connect="1" arrows="1" fold="1" page="1" pageScale="1" pageWidth="850" pageHeight="1100" math="0" shadow="0">
      <root>
        <mxCell id="0" />
        <mxCell id="1" parent="0" />
        <mxCell id="actor" parent="1" style="shape=umlActor;verticalLabelPosition=bottom;verticalAlign=top;" value="Thành viên" vertex="1">
          <mxGeometry height="100" width="50" x="60" y="280" as="geometry" />
        </mxCell>
        <mxCell id="uc_register" parent="1" style="ellipse;whiteSpace=wrap;html=1;" value="Đăng ký" vertex="1">
          <mxGeometry height="60" width="140" x="290" y="70" as="geometry" />
        </mxCell>
        <mxCell id="uc_login" parent="1" style="ellipse;whiteSpace=wrap;html=1;" value="Đăng nhập" vertex="1">
          <mxGeometry height="60" width="140" x="320" y="220" as="geometry" />
        </mxCell>
        <mxCell id="uc_post" parent="1" style="ellipse;whiteSpace=wrap;html=1;" value="Đăng bài" vertex="1">
          <mxGeometry height="60" width="140" x="320" y="380" as="geometry" />
        </mxCell>
        <mxCell id="uc_notify" parent="1" style="ellipse;whiteSpace=wrap;html=1;" value="Xem thông báo" vertex="1">
          <mxGeometry height="60" width="180" x="320" y="590" as="geometry" />
        </mxCell>
        <mxCell id="uc_info" parent="1" style="ellipse;whiteSpace=wrap;html=1;" value="Nhập thông tin" vertex="1">
          <mxGeometry height="60" width="170" x="650" y="40" as="geometry" />
        </mxCell>
        <mxCell id="uc_validate" parent="1" style="ellipse;whiteSpace=wrap;html=1;" value="Kiểm tra thông tin" vertex="1">
          <mxGeometry height="60" width="170" x="657" y="110" as="geometry" />
        </mxCell>
        <mxCell id="uc_create" parent="1" style="ellipse;whiteSpace=wrap;html=1;" value="Tạo tài khoản" vertex="1">
          <mxGeometry height="60" width="170" x="650" y="180" as="geometry" />
        </mxCell>
        <mxCell id="uc_inputlogin" parent="1" style="ellipse;whiteSpace=wrap;html=1;" value="Nhập tài khoản" vertex="1">
          <mxGeometry height="60" width="170" x="670" y="260" as="geometry" />
        </mxCell>
        <mxCell id="uc_auth" parent="1" style="ellipse;whiteSpace=wrap;html=1;" value="Xác thực tài khoản" vertex="1">
          <mxGeometry height="60" width="170" x="657" y="350" as="geometry" />
        </mxCell>
        <mxCell id="uc_write" parent="1" style="ellipse;whiteSpace=wrap;html=1;" value="Soạn thảo bài viết" vertex="1">
          <mxGeometry height="60" width="180" x="790" y="390" as="geometry" />
        </mxCell>
        <mxCell id="uc_upload" parent="1" style="ellipse;whiteSpace=wrap;html=1;" value="Tải ảnh lên" vertex="1">
          <mxGeometry height="60" width="180" x="790" y="460" as="geometry" />
        </mxCell>
        <mxCell id="uc_save" parent="1" style="ellipse;whiteSpace=wrap;html=1;" value="Lưu bài viết" vertex="1">
          <mxGeometry height="60" width="180" x="690" y="530" as="geometry" />
        </mxCell>
        <mxCell id="uc_detailnotify" parent="1" style="ellipse;whiteSpace=wrap;html=1;" value="Xem chi tiết thông báo" vertex="1">
          <mxGeometry height="60" width="220" x="670" y="600" as="geometry" />
        </mxCell>
        <mxCell id="a1" edge="1" parent="1" source="actor" target="uc_register">
          <mxGeometry relative="1" as="geometry" />
        </mxCell>
        <mxCell id="a2" edge="1" parent="1" source="actor" target="uc_login">
          <mxGeometry relative="1" as="geometry" />
        </mxCell>
        <mxCell id="a3" edge="1" parent="1" source="actor" target="uc_post">
          <mxGeometry relative="1" as="geometry" />
        </mxCell>
        <mxCell id="a4" edge="1" parent="1" source="actor" target="uc_notify">
          <mxGeometry relative="1" as="geometry" />
        </mxCell>
        <mxCell id="i1" edge="1" parent="1" source="uc_register" style="dashed=1;endArrow=open;" target="uc_info" value="&lt;&lt;include&gt;&gt;">
          <mxGeometry relative="1" as="geometry" />
        </mxCell>
        <mxCell id="i2" edge="1" parent="1" source="uc_register" style="dashed=1;endArrow=open;" target="uc_validate" value="&lt;&lt;include&gt;&gt;">
          <mxGeometry relative="1" as="geometry" />
        </mxCell>
        <mxCell id="i3" edge="1" parent="1" source="uc_register" style="dashed=1;endArrow=open;" target="uc_create" value="&lt;&lt;include&gt;&gt;">
          <mxGeometry relative="1" as="geometry" />
        </mxCell>
        <mxCell id="i4" edge="1" parent="1" source="uc_login" style="dashed=1;endArrow=open;" target="uc_inputlogin" value="&lt;&lt;include&gt;&gt;">
          <mxGeometry relative="1" as="geometry" />
        </mxCell>
        <mxCell id="i5" edge="1" parent="1" source="uc_login" style="dashed=1;endArrow=open;" target="uc_auth" value="&lt;&lt;include&gt;&gt;">
          <mxGeometry relative="1" as="geometry" />
        </mxCell>
        <mxCell id="i6" edge="1" parent="1" source="uc_post" style="dashed=1;endArrow=open;" target="uc_write" value="&lt;&lt;include&gt;&gt;">
          <mxGeometry relative="1" as="geometry" />
        </mxCell>
        <mxCell id="i7" edge="1" parent="1" source="uc_post" style="dashed=1;endArrow=open;" target="uc_upload" value="&lt;&lt;include&gt;&gt;">
          <mxGeometry relative="1" as="geometry" />
        </mxCell>
        <mxCell id="i8" edge="1" parent="1" source="uc_post" style="dashed=1;endArrow=open;" target="uc_save" value="&lt;&lt;include&gt;&gt;">
          <mxGeometry relative="1" as="geometry" />
        </mxCell>
        <mxCell id="e1" edge="1" parent="1" source="uc_detailnotify" style="dashed=1;endArrow=open;" target="uc_notify" value="&lt;&lt;extend&gt;&gt;">
          <mxGeometry relative="1" as="geometry" />
        </mxCell>
        <mxCell id="G4jS8mM4TshF-VcKEbw7-3" parent="1" style="shape=swimlane;whiteSpace=wrap;html=1;startSize=30;bg opacity=0;strokeWidth=2;fontSize=14;fontStyle=1;align=center;" value="Hệ thống Diễn đàn - Quản lý bài viết" vertex="1">
          <mxGeometry height="690" width="770" x="230" y="-10" as="geometry" />
        </mxCell>
      </root>
    </mxGraphModel>
  </diagram>
</mxfile>
